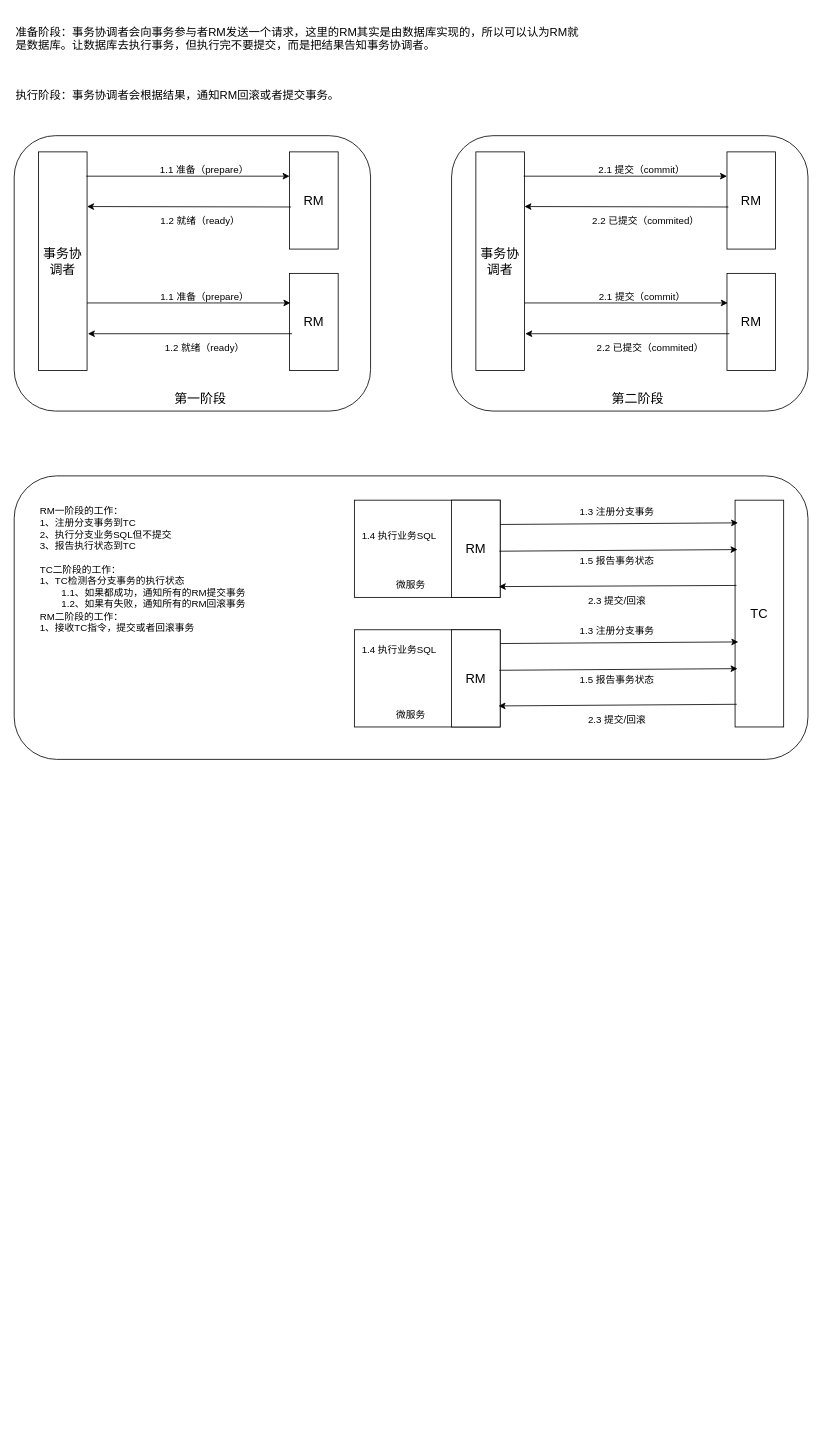
Above: page "XA模式" (3 of 4) of 分布式事务.drawio in EngineKing/draw (draw.io), before the change. Source tidied: cells renumbered, new cells numbered last; positions are measured from the earlier drawing's top-left corner, leaving out a move shared by most shapes. Both pictures are drawn from the tidied source at 81%, with x=0, y=0 at pixel (14, 14).
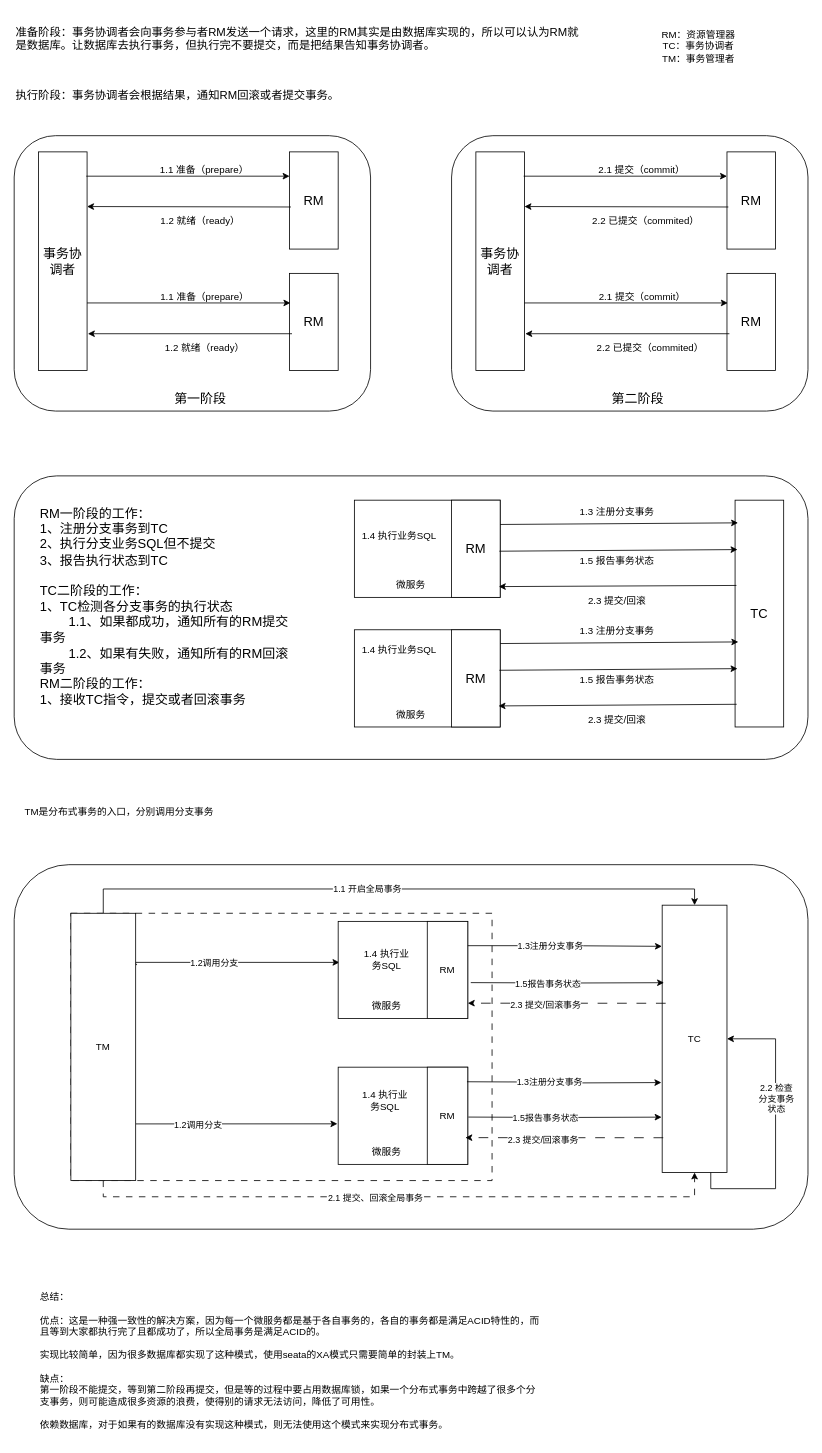
Above is the later version.

Commit message:
更新分布式事务.drawio

The edit, as a diff of the source:
```diff
@@
-    <mxCell id="31" value="RM一阶段的工作：&lt;div&gt;1、注册分支事务到TC&lt;/div&gt;&lt;div&gt;2、执行分支业务SQL但不提交&lt;/div&gt;&lt;div&gt;3、报告执行状态到TC&lt;/div&gt;&lt;div&gt;&lt;br&gt;&lt;/div&gt;&lt;div&gt;TC二阶段的工作：&lt;/div&gt;&lt;div&gt;1、TC检测各分支事务的执行状态&lt;/div&gt;&lt;div&gt;&lt;span style=&quot;white-space: pre;&quot;&gt;&#9;&lt;/span&gt;1.1、如果都成功，通知所有的RM提交事务&lt;br&gt;&lt;/div&gt;&lt;div&gt;&lt;span style=&quot;white-space: pre;&quot;&gt;&#9;&lt;/span&gt;1.2、如果有失败，通知所有的RM回滚事务&lt;br&gt;&lt;/div&gt;&lt;div&gt;RM二阶段的工作：&lt;/div&gt;&lt;div&gt;1、接收TC指令，提交或者回滚事务&lt;/div&gt;" style="text;html=1;align=left;verticalAlign=top;whiteSpace=wrap;rounded=0;" parent="1" vertex="1">
+    <mxCell id="31" value="&lt;font style=&quot;font-size: 16px;&quot;&gt;RM一阶段的工作：&lt;/font&gt;&lt;div style=&quot;font-size: 16px;&quot;&gt;&lt;font style=&quot;font-size: 16px;&quot;&gt;1、注册分支事务到TC&lt;/font&gt;&lt;/div&gt;&lt;div style=&quot;font-size: 16px;&quot;&gt;&lt;font style=&quot;font-size: 16px;&quot;&gt;2、执行分支业务SQL但不提交&lt;/font&gt;&lt;/div&gt;&lt;div style=&quot;font-size: 16px;&quot;&gt;&lt;font style=&quot;font-size: 16px;&quot;&gt;3、报告执行状态到TC&lt;/font&gt;&lt;/div&gt;&lt;div style=&quot;font-size: 16px;&quot;&gt;&lt;font style=&quot;font-size: 16px;&quot;&gt;&lt;br&gt;&lt;/font&gt;&lt;/div&gt;&lt;div style=&quot;font-size: 16px;&quot;&gt;&lt;font style=&quot;font-size: 16px;&quot;&gt;TC二阶段的工作：&lt;/font&gt;&lt;/div&gt;&lt;div style=&quot;font-size: 16px;&quot;&gt;&lt;font style=&quot;font-size: 16px;&quot;&gt;1、TC检测各分支事务的执行状态&lt;/font&gt;&lt;/div&gt;&lt;div style=&quot;font-size: 16px;&quot;&gt;&lt;font style=&quot;font-size: 16px;&quot;&gt;&lt;span style=&quot;white-space: pre;&quot;&gt;&#9;&lt;/span&gt;1.1、如果都成功，通知所有的RM提交事务&lt;br&gt;&lt;/font&gt;&lt;/div&gt;&lt;div style=&quot;font-size: 16px;&quot;&gt;&lt;font style=&quot;font-size: 16px;&quot;&gt;&lt;span style=&quot;white-space: pre;&quot;&gt;&#9;&lt;/span&gt;1.2、如果有失败，通知所有的RM回滚事务&lt;br&gt;&lt;/font&gt;&lt;/div&gt;&lt;div style=&quot;font-size: 16px;&quot;&gt;&lt;font style=&quot;font-size: 16px;&quot;&gt;RM二阶段的工作：&lt;/font&gt;&lt;/div&gt;&lt;div style=&quot;font-size: 16px;&quot;&gt;&lt;font style=&quot;font-size: 16px;&quot;&gt;1、接收TC指令，提交或者回滚事务&lt;/font&gt;&lt;/div&gt;" style="text;html=1;align=left;verticalAlign=top;whiteSpace=wrap;rounded=0;" parent="1" vertex="1">
       <mxGeometry x="30" y="600" width="320" height="270" as="geometry" />
     </mxCell>
@@
+    <mxCell id="53" value="RM：资源管理器&lt;div&gt;TC：事务协调者&lt;/div&gt;&lt;div&gt;TM：事务管理者&lt;/div&gt;" style="text;html=1;align=center;verticalAlign=middle;whiteSpace=wrap;rounded=0;" parent="1" vertex="1">
+      <mxGeometry x="730" width="230" height="80" as="geometry" />
+    </mxCell>
+    <mxCell id="54" value="TM是分布式事务的入口，分别调用分支事务" style="text;html=1;align=center;verticalAlign=middle;whiteSpace=wrap;rounded=0;" parent="1" vertex="1">
+      <mxGeometry y="970" width="260" height="30" as="geometry" />
+    </mxCell>
+    <mxCell id="55" value="总结：&lt;div&gt;&lt;br&gt;&lt;/div&gt;&lt;div&gt;优点：这是一种强一致性的解决方案，因为每一个微服务都是基于各自事务的，各自的事务都是满足ACID特性的，而且等到大家都执行完了且都成功了，所以全局事务是满足ACID的。&lt;br&gt;&lt;/div&gt;&lt;div&gt;&lt;br&gt;&lt;/div&gt;&lt;div&gt;实现比较简单，因为很多数据库都实现了这种模式，使用seata的XA模式只需要简单的封装上TM。&lt;/div&gt;&lt;div&gt;&lt;br&gt;&lt;/div&gt;&lt;div&gt;缺点：&lt;/div&gt;&lt;div&gt;第一阶段不能提交，等到第二阶段再提交，但是等的过程中要占用数据库锁，如果一个分布式事务中跨越了很多个分支事务，则可能造成很多资源的浪费，使得别的请求无法访问，降低了可用性。&lt;/div&gt;&lt;div&gt;&lt;br&gt;&lt;/div&gt;&lt;div&gt;依赖数据库，对于如果有的数据库没有实现这种模式，则无法使用这个模式来实现分布式事务。&lt;/div&gt;" style="text;html=1;align=left;verticalAlign=top;whiteSpace=wrap;rounded=0;" parent="1" vertex="1">
+      <mxGeometry x="30" y="1570" width="620" height="190" as="geometry" />
+    </mxCell>
+    <mxCell id="56" style="group;" parent="1" vertex="1">
+      <mxGeometry y="1050" width="980" height="450" as="geometry" />
+    </mxCell>
+    <mxCell id="57" style="rounded=1;whiteSpace=wrap;html=1;fontColor=none;noLabel=1;" parent="56" vertex="1">
+      <mxGeometry width="980" height="450" as="geometry" />
+    </mxCell>
+    <mxCell id="58" style="edgeStyle=orthogonalEdgeStyle;rounded=0;jettySize=auto;html=1;exitX=0.5;exitY=0;exitDx=0;exitDy=0;entryX=0.5;entryY=0;entryDx=0;entryDy=0;" parent="56" edge="1" source="67" target="77">
+      <mxGeometry relative="1" as="geometry" />
+    </mxCell>
+    <mxCell id="59" value="1.1 开启全局事务" style="edgeLabel;html=1;align=center;verticalAlign=middle;" parent="58" vertex="1">
+      <mxGeometry x="-0.09" y="1" relative="1" as="geometry" />
+    </mxCell>
+    <mxCell id="60" style="rounded=0;whiteSpace=wrap;html=1;dashed=1;dashPattern=8 8;" parent="56" vertex="1">
+      <mxGeometry x="70" y="60" width="520" height="330" as="geometry" />
+    </mxCell>
+    <mxCell id="61" style="edgeStyle=orthogonalEdgeStyle;rounded=0;jettySize=auto;html=1;exitX=1.021;exitY=0.192;exitDx=0;exitDy=0;entryX=0.01;entryY=0.422;entryDx=0;entryDy=0;exitPerimeter=0;entryPerimeter=0;" parent="56" edge="1" source="67" target="69">
+      <mxGeometry relative="1" as="geometry">
+        <Array as="points">
+          <mxPoint x="150" y="123" />
+          <mxPoint x="150" y="121" />
+        </Array>
+      </mxGeometry>
+    </mxCell>
+    <mxCell id="62" value="1.2调用分支" style="edgeLabel;html=1;align=center;verticalAlign=middle;" parent="61" vertex="1">
+      <mxGeometry x="-0.21" y="-1" relative="1" as="geometry" />
+    </mxCell>
+    <mxCell id="63" style="edgeStyle=orthogonalEdgeStyle;rounded=0;jettySize=auto;html=1;exitX=1.004;exitY=0.788;exitDx=0;exitDy=0;entryX=-0.006;entryY=0.583;entryDx=0;entryDy=0;exitPerimeter=0;entryPerimeter=0;" parent="56" edge="1" source="67" target="74">
+      <mxGeometry relative="1" as="geometry" />
+    </mxCell>
+    <mxCell id="64" value="1.2调用分支" style="edgeLabel;html=1;align=center;verticalAlign=middle;" parent="63" vertex="1">
+      <mxGeometry x="-0.39" relative="1" as="geometry" />
+    </mxCell>
+    <mxCell id="65" style="edgeStyle=orthogonalEdgeStyle;rounded=0;jettySize=auto;html=1;exitX=0.5;exitY=1;exitDx=0;exitDy=0;entryX=0.5;entryY=1;entryDx=0;entryDy=0;dashed=1;dashPattern=8 8;" parent="56" edge="1" source="67" target="77">
+      <mxGeometry relative="1" as="geometry" />
+    </mxCell>
+    <mxCell id="66" value="2.1 提交、回滚全局事务" style="edgeLabel;html=1;align=center;verticalAlign=middle;" parent="65" vertex="1">
+      <mxGeometry x="-0.09" y="-1" relative="1" as="geometry" />
+    </mxCell>
+    <mxCell id="67" value="TM" style="rounded=0;whiteSpace=wrap;html=1;" parent="56" vertex="1">
+      <mxGeometry x="70" y="60" width="80" height="330" as="geometry" />
+    </mxCell>
+    <mxCell id="68" style="group;" parent="56" vertex="1">
+      <mxGeometry x="400" y="70" width="160" height="120" as="geometry" />
+    </mxCell>
+    <mxCell id="69" style="rounded=0;whiteSpace=wrap;html=1;" parent="68" vertex="1">
+      <mxGeometry width="160" height="120" as="geometry" />
+    </mxCell>
+    <mxCell id="70" value="RM" style="rounded=0;whiteSpace=wrap;html=1;" parent="68" vertex="1">
+      <mxGeometry x="110" width="50" height="120" as="geometry" />
+    </mxCell>
+    <mxCell id="71" value="微服务" style="text;html=1;align=center;verticalAlign=middle;whiteSpace=wrap;rounded=0;" parent="68" vertex="1">
+      <mxGeometry x="30" y="90" width="60" height="30" as="geometry" />
+    </mxCell>
+    <mxCell id="72" value="1.4 执行业务SQL" style="text;html=1;align=center;verticalAlign=middle;whiteSpace=wrap;rounded=0;" parent="68" vertex="1">
+      <mxGeometry x="30" y="32" width="60" height="30" as="geometry" />
+    </mxCell>
+    <mxCell id="73" style="group;" parent="56" vertex="1">
+      <mxGeometry x="400" y="250" width="160" height="120" as="geometry" />
+    </mxCell>
+    <mxCell id="74" style="rounded=0;whiteSpace=wrap;html=1;" parent="73" vertex="1">
+      <mxGeometry width="160" height="120" as="geometry" />
+    </mxCell>
+    <mxCell id="75" value="RM" style="rounded=0;whiteSpace=wrap;html=1;" parent="73" vertex="1">
+      <mxGeometry x="110" width="50" height="120" as="geometry" />
+    </mxCell>
+    <mxCell id="76" value="微服务" style="text;html=1;align=center;verticalAlign=middle;whiteSpace=wrap;rounded=0;" parent="73" vertex="1">
+      <mxGeometry x="30" y="90" width="60" height="30" as="geometry" />
+    </mxCell>
+    <mxCell id="77" value="TC" style="rounded=0;whiteSpace=wrap;html=1;" parent="56" vertex="1">
+      <mxGeometry x="800" y="50" width="80" height="330" as="geometry" />
+    </mxCell>
+    <mxCell id="78" style="edgeStyle=orthogonalEdgeStyle;rounded=0;jettySize=auto;html=1;exitX=1;exitY=0.25;exitDx=0;exitDy=0;entryX=-0.004;entryY=0.154;entryDx=0;entryDy=0;entryPerimeter=0;" parent="56" edge="1" source="70" target="77">
+      <mxGeometry relative="1" as="geometry" />
+    </mxCell>
+    <mxCell id="79" value="1.3注册分支事务" style="edgeLabel;html=1;align=center;verticalAlign=middle;" parent="78" vertex="1">
+      <mxGeometry x="-0.16" y="1" relative="1" as="geometry" />
+    </mxCell>
+    <mxCell id="80" style="edgeStyle=orthogonalEdgeStyle;rounded=0;orthogonalLoop=1;jettySize=auto;html=1;exitX=1.073;exitY=0.622;exitDx=0;exitDy=0;entryX=0.029;entryY=0.287;entryDx=0;entryDy=0;exitPerimeter=0;entryPerimeter=0;" parent="56" edge="1">
+      <mxGeometry relative="1" as="geometry">
+        <mxPoint x="563.7" y="145.6" as="sourcePoint" />
+        <mxPoint x="802.3" y="145.7" as="targetPoint" />
+      </mxGeometry>
+    </mxCell>
+    <mxCell id="81" value="1.5报告事务状态" style="edgeLabel;html=1;align=center;verticalAlign=middle;" parent="80" vertex="1">
+      <mxGeometry x="-0.25" y="-1" relative="1" as="geometry">
+        <mxPoint x="5" as="offset" />
+      </mxGeometry>
+    </mxCell>
+    <mxCell id="82" style="edgeStyle=orthogonalEdgeStyle;rounded=0;orthogonalLoop=1;jettySize=auto;html=1;exitX=0.75;exitY=1;exitDx=0;exitDy=0;entryX=1;entryY=0.5;entryDx=0;entryDy=0;" parent="56" edge="1" source="77" target="77">
+      <mxGeometry relative="1" as="geometry">
+        <Array as="points">
+          <mxPoint x="860" y="400" />
+          <mxPoint x="940" y="400" />
+          <mxPoint x="940" y="215" />
+        </Array>
+      </mxGeometry>
+    </mxCell>
+    <mxCell id="83" value="2.2 检查&lt;div&gt;分支事务&lt;/div&gt;&lt;div&gt;状态&lt;/div&gt;" style="edgeLabel;html=1;align=center;verticalAlign=middle;" parent="82" vertex="1">
+      <mxGeometry x="0.23" relative="1" as="geometry" />
+    </mxCell>
+    <mxCell id="84" style="endArrow=classic;html=1;rounded=0;exitX=0.054;exitY=0.364;exitDx=0;exitDy=0;exitPerimeter=0;dashed=1;dashPattern=12 12;" parent="56" edge="1">
+      <mxGeometry relative="1" as="geometry">
+        <mxPoint x="804.3" y="171.1" as="sourcePoint" />
+        <mxPoint x="560" y="171" as="targetPoint" />
+      </mxGeometry>
+    </mxCell>
+    <mxCell id="85" value="2.3 提交/回滚事务" style="edgeLabel;html=1;align=center;verticalAlign=middle;" parent="84" vertex="1">
+      <mxGeometry x="0.22" y="2" relative="1" as="geometry" />
+    </mxCell>
+    <mxCell id="86" style="edgeStyle=orthogonalEdgeStyle;rounded=0;orthogonalLoop=1;jettySize=auto;html=1;exitX=1;exitY=0.25;exitDx=0;exitDy=0;entryX=-0.004;entryY=0.154;entryDx=0;entryDy=0;entryPerimeter=0;" parent="56" edge="1">
+      <mxGeometry relative="1" as="geometry">
+        <mxPoint x="559" y="268" as="sourcePoint" />
+        <mxPoint x="799" y="269" as="targetPoint" />
+      </mxGeometry>
+    </mxCell>
+    <mxCell id="87" value="1.3注册分支事务" style="edgeLabel;html=1;align=center;verticalAlign=middle;" parent="86" vertex="1">
+      <mxGeometry x="-0.16" y="1" relative="1" as="geometry" />
+    </mxCell>
+    <mxCell id="88" style="edgeStyle=orthogonalEdgeStyle;rounded=0;orthogonalLoop=1;jettySize=auto;html=1;exitX=1.073;exitY=0.622;exitDx=0;exitDy=0;entryX=0.029;entryY=0.287;entryDx=0;entryDy=0;exitPerimeter=0;entryPerimeter=0;" parent="56" edge="1">
+      <mxGeometry relative="1" as="geometry">
+        <mxPoint x="560.7" y="311.6" as="sourcePoint" />
+        <mxPoint x="799.3" y="311.7" as="targetPoint" />
+      </mxGeometry>
+    </mxCell>
+    <mxCell id="89" value="1.5报告事务状态" style="edgeLabel;html=1;align=center;verticalAlign=middle;" parent="88" vertex="1">
+      <mxGeometry x="-0.25" y="-1" relative="1" as="geometry">
+        <mxPoint x="5" as="offset" />
+      </mxGeometry>
+    </mxCell>
+    <mxCell id="90" style="endArrow=classic;html=1;rounded=0;exitX=0.054;exitY=0.364;exitDx=0;exitDy=0;exitPerimeter=0;dashed=1;dashPattern=12 12;" parent="56" edge="1">
+      <mxGeometry relative="1" as="geometry">
+        <mxPoint x="801.3" y="337.1" as="sourcePoint" />
+        <mxPoint x="557" y="337" as="targetPoint" />
+      </mxGeometry>
+    </mxCell>
+    <mxCell id="91" value="2.3 提交/回滚事务" style="edgeLabel;html=1;align=center;verticalAlign=middle;" parent="90" vertex="1">
+      <mxGeometry x="0.22" y="2" relative="1" as="geometry" />
+    </mxCell>
+    <mxCell id="92" value="1.4 执行业务SQL" style="text;html=1;align=center;verticalAlign=middle;whiteSpace=wrap;rounded=0;" parent="56" vertex="1">
+      <mxGeometry x="428" y="276" width="60" height="30" as="geometry" />
+    </mxCell>
```
